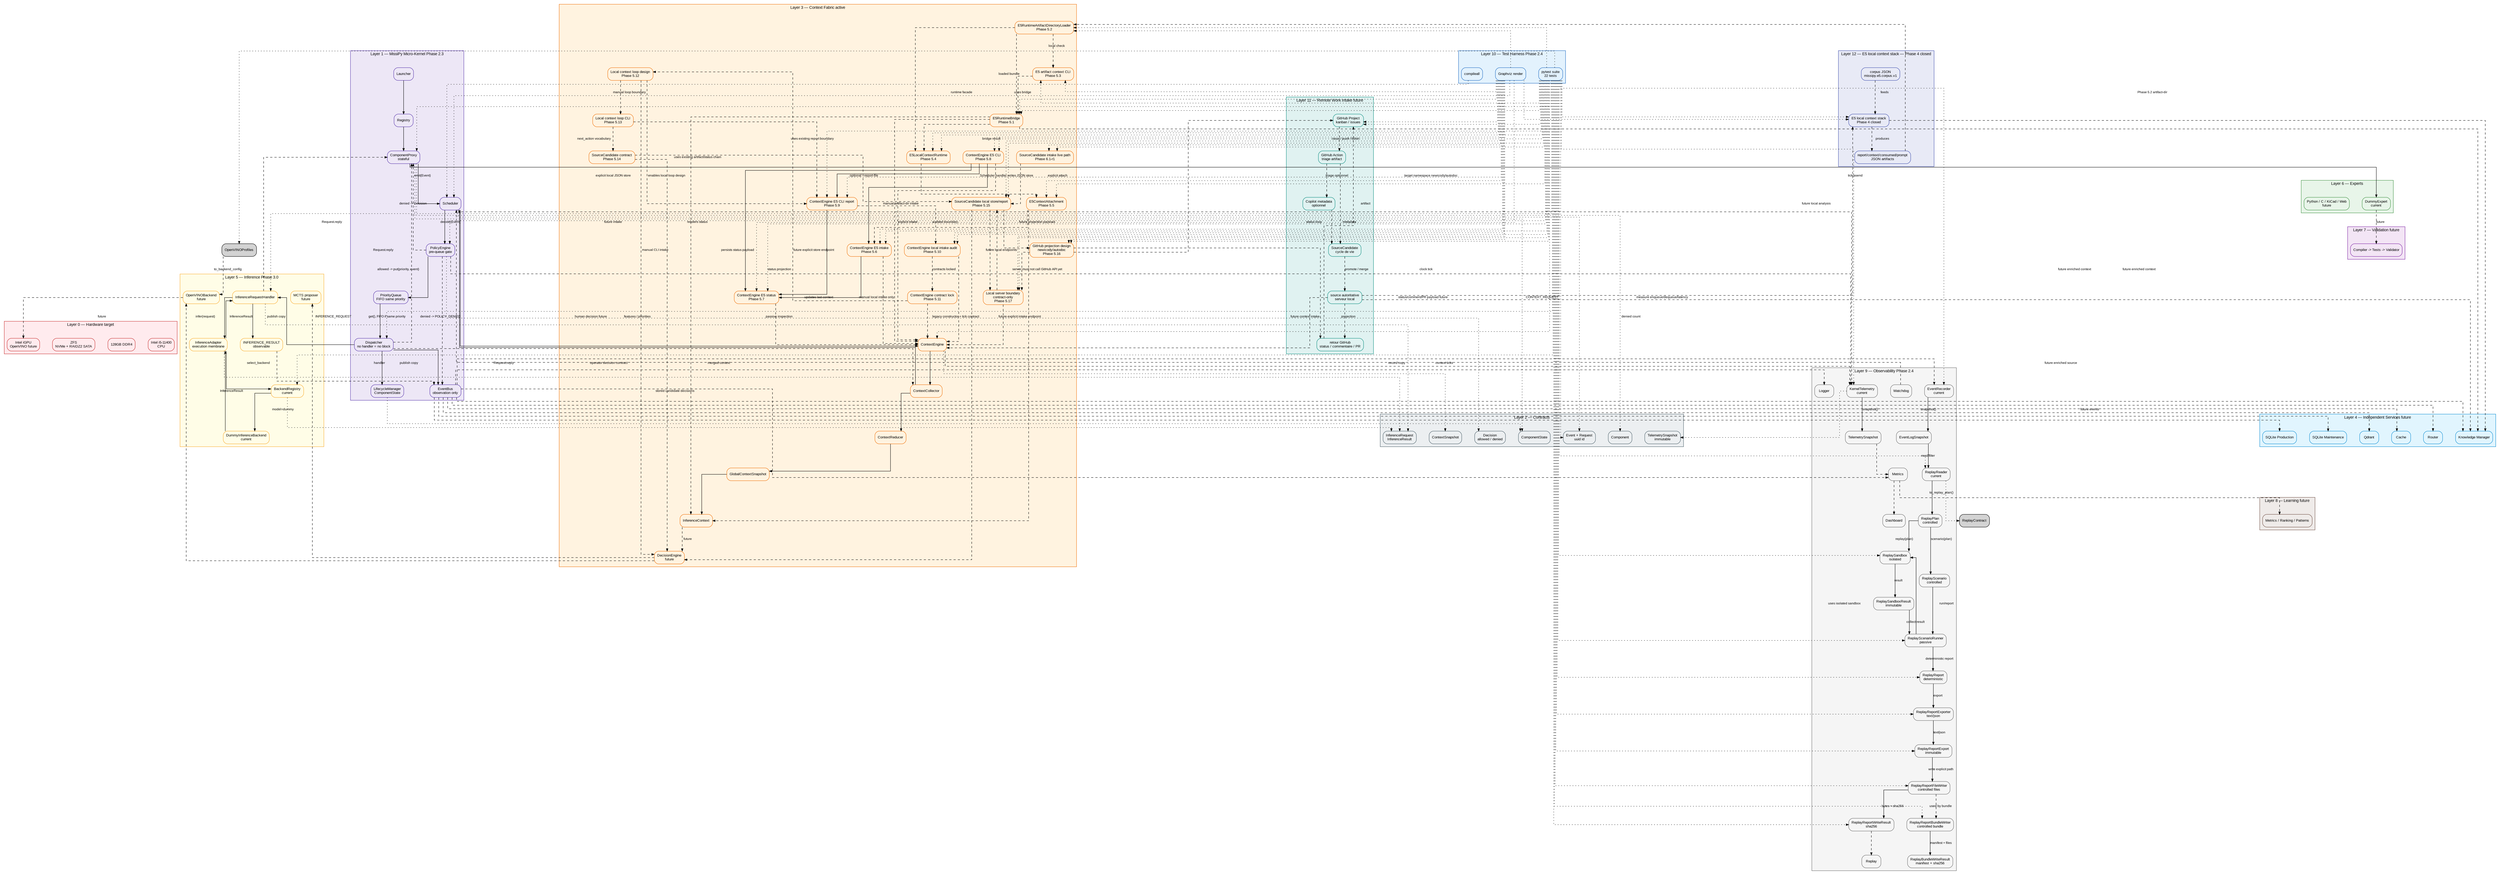
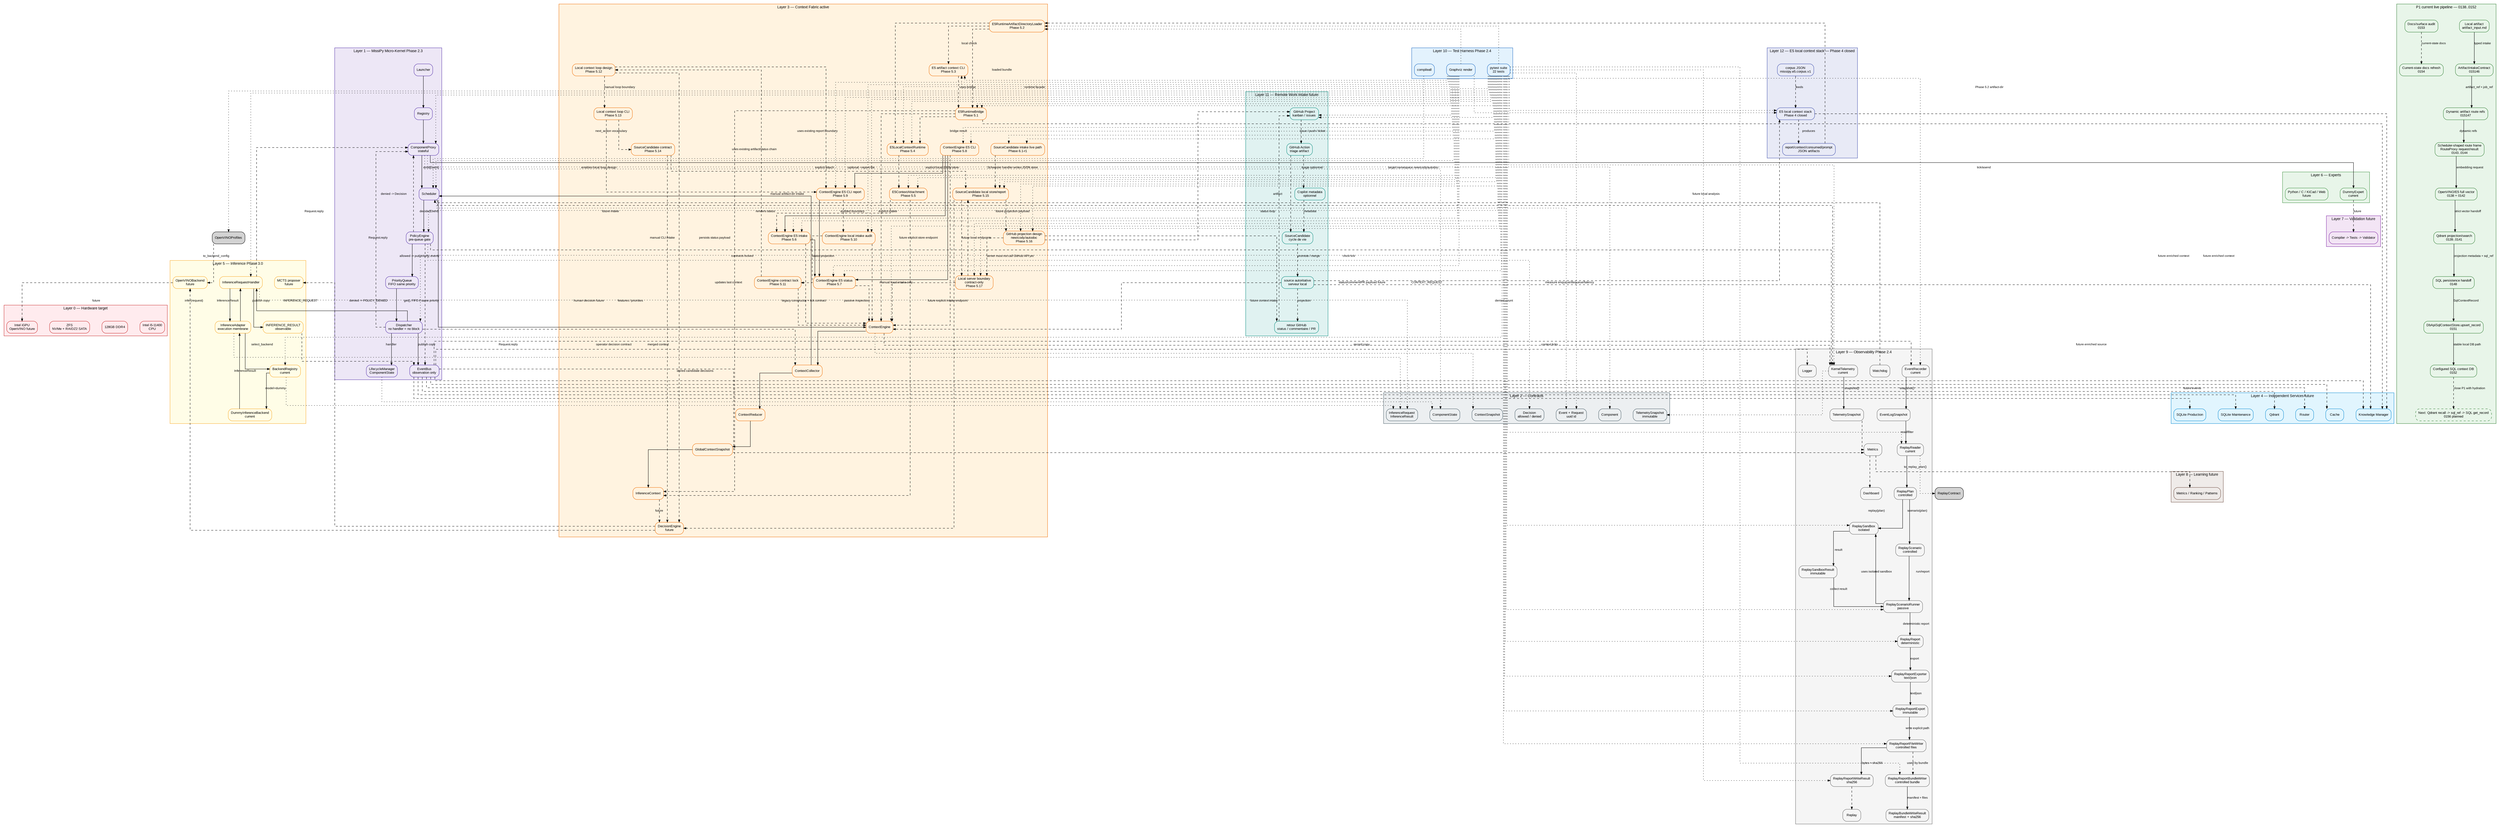
digraph Global {
    // ROADMAP_ID: global

    rankdir=TB;

    // ROADMAP_NOTE[phase2_5]:
    // BackendRegistry est ajouté au layer inference pour préparer
    // l’enregistrement explicite d’OpenVINO sans modifier le Scheduler.

    // ROADMAP_NOTE[phase3_0]:
    // OpenVINOModelProfileRegistry est ajouté pour décrire un ou plusieurs
    // modèles OpenVINO possibles avant de créer les backends exécutables.
+     // ROADMAP_NOTE[phase0155]:
+     // Canonical graph refresh: 00_global.dot is kept as the master graph.
+     // P1 current live pipeline 0138..0152 is now visible from the global graph:
+     // artifact intake -> dynamic route refs -> RouteProxy frames -> OpenVINO/E5
+     // full vector -> Qdrant projection -> SQL handoff -> DbApiSqlContextStore
+     // controlled write -> SQL readback. Changelogs become mandatory for each
+     // significant architecture/runtime/doc/code-rule step.
+ 
    compound=true;
    splines=ortho;
    nodesep=0.5;
    ranksep=0.8;

    graph [fontname="Arial", fontsize=11];
    node [shape=box, style="rounded,filled", fontname="Arial", fontsize=10];
    edge [fontname="Arial", fontsize=9, arrowsize=0.7];

    // ROADMAP_NOTE[phase2_4]:
// ReplayReportBundleWriter ajoute un dossier de replay contrôlé :
// report.txt, report.json et manifest.json avec sha256. La roadmap DOT
// est aussi vérifiée par tests/docs/test_dot_links.py afin que les liens
// descente/remontée pointent vers des sources DOT existantes.
    // Le Layer 9 ajoute ReplayReportFileWriter après ReplayReportExport.
    // Cette étape persiste les exports texte/JSON vers chemins explicites.
    // Aucun répertoire n'est créé ni aucun fichier écrasé sans demande explicite.
    // Le writer reste passif et ne commande jamais le Scheduler vivant.


    // ROADMAP_NOTE[phase4_18_r2]:
    // GitHub Project Orchestrator est visible dans l'architecture globale.
    // Cette couche reste future et documentaire : pas d'API GitHub, pas de token,
    // pas de polling réseau et pas de dépendance Copilot dans le coeur.

    // ROADMAP_NOTE[phase4_19]:
    // La Phase 4 se clôt par un audit du moteur local E5 : corpus, recherche,
    // diagnostics, gates, rapports, contexte, consommation et prompt packet.
    // Le stack E5 reste hors Scheduler, hors Qdrant et hors backend de réponse.

    // ROADMAP_NOTE[phase4_20]:
    // Phase 4 clôturée : le moteur local E5 produit des artefacts déterministes
    // de recherche, contexte consommé et prompt packet. La Phase 5 peut brancher
    // ce socle au serveur local ou au Context Engine sans changer ces frontières.

    // ROADMAP_NOTE[phase5_2]:
    // E5RuntimeArtifactDirectoryLoader ajoute la bordure IO locale pour lire un
    // artifact-dir Phase 4 et réutiliser le pont pur E5RuntimeBridge. Aucun daemon,
    // réseau, Scheduler vivant, Qdrant ou LLM n'est introduit.


    // ROADMAP_NOTE[phase5_4]:
    // E5LocalContextRuntime ajoute une façade runtime locale stable au-dessus
    // du loader 5.2 et du bridge 5.1. Elle retourne un statut typé et un
    // InferenceContext sans CLI, daemon, réseau, Scheduler vivant, Qdrant ou LLM.

    // ROADMAP_NOTE[phase5_5]:
    // E5ContextAttachment fusionne explicitement un résultat runtime E5 local
    // avec un InferenceContext existant. Cette étape prépare l'intake futur du
    // ContextEngine sans lancer Scheduler, daemon, réseau, Qdrant ou LLM.

    // ROADMAP_NOTE[phase5_6]:
    // ContextEngine reçoit une entrée E5 explicite : artifact-dir ou runtime result
    // -> attachement -> last_inference_context. Aucun autoload, aucun Scheduler
    // vivant, aucun daemon, réseau, Qdrant ou LLM n'est introduit.

    // ROADMAP_NOTE[phase5_7]:
    // E5ContextEngineStatus ajoute une projection passive et sérialisable
    // de l'état E5 attaché au ContextEngine. Elle ne lit aucun fichier,
    // ne mute aucun contexte et ne déclenche aucun Scheduler/backend.

    // ROADMAP_NOTE[phase5_8]:
    // E5ContextEngineCLI ajoute une bordure manuelle : artifact-dir ->
    // ContextEngine.attach_e5_artifact_dir() -> E5ContextEngineStatus. Elle
    // ne lance aucun Scheduler vivant, daemon, réseau, Qdrant ou LLM.


    // ROADMAP_NOTE[phase5_10]:
    // Phase 5.10 audite le bloc d'intake manuel local : artifact-dir Phase 4,
    // ContextEngine E5 CLI, report JSON et projection status. Elle ne modifie
    // pas le runtime et prépare seulement la bascule future vers serveur/local loop.

    // ROADMAP_NOTE[phase5_9]:
    // E5ContextEngineCLIReport ajoute --report-file à la bordure CLI 5.8.
    // La commande existante peut persister son payload intake + status en JSON
    // atomique sans nouvelle surface CLI, Scheduler vivant, réseau, Qdrant ou LLM.







    // ROADMAP_NOTE[phase5_17]:
    // LocalServerBoundary formalise une surface serveur local future pour
    // SourceCandidate, reports et ContextEngine intake. Cette étape reste
    // contract-only : pas de serveur, socket, framework, réseau, GitHub API,
    // token, Scheduler autoload, Qdrant, LLM ou appel OpenVINO.




    // ROADMAP_NOTE[phase6_1_r1]:
    // la CLI produit une commande typée qui traverse Scheduler -> Dispatcher
    // -> SourceCandidateIntakeHandler -> store JSON réel -> événement observable.
    // ROADMAP_NOTE[phase6_1]:
    // SourceCandidateIntakeCLI démarre Phase 6 : une entrée opérateur locale
    // crée ou remplace une SourceCandidate dans le store JSON atomique. Aucun
    // serveur, daemon, réseau, API GitHub, token, Qdrant, LLM ou OpenVINO.

    // ROADMAP_NOTE[phase5_18]:
    // Phase 5 se clôt sur l'intégration locale contrôlée : artifact-dir E5,
    // runtime bridge/facade, ContextEngine intake explicite, status/report,
    // SourceCandidate local, projection GitHub documentaire et frontière
    // adapter serveur futur non choisie. Aucun daemon, réseau, GitHub API,
    // token, Qdrant, LLM ou appel OpenVINO caché n'est introduit.

    // ROADMAP_NOTE[phase5_17_r1]:
    // LocalServerBoundaryClarification précise que la frontière serveur est
    // un contrat d'adapter futur non choisi : adapter_kind=undecided et
    // framework_choice=undecided. FastAPI/Flask ne sont pas recommandés ici.

    // ROADMAP_NOTE[phase5_16]:
    // GitHubProjectionDesign formalise la projection future entre le store
    // local SourceCandidate et newicody/autodoc. Cette étape reste documentaire :
    // aucun token, réseau, polling, GitHub API, serveur, Qdrant ou LLM.

    // ROADMAP_NOTE[phase5_15]:
    // SourceCandidateStorageReport ajoute un store JSON local explicite pour
    // SourceCandidate : load, upsert atomique, snapshot et rapport optionnel.
    // La valeur newicody/autodoc reste une projection future sans API GitHub,
    // réseau, token, daemon, Qdrant, LLM ou base de données.

    // ROADMAP_NOTE[phase5_14]:
    // SourceCandidateContract ajoute le contrat local d'une entrée candidate :
    // origin/input/policy/status/decision/transition immuable. La valeur
    // newicody/autodoc prépare la projection GitHub future sans API, réseau ou token.

    // ROADMAP_NOTE[phase5_13]:
    // LocalContextLoopCLI ajoute une orchestration manuelle mince : artifact-dir
    // Phase 4 -> ContextEngine intake -> status -> report + next_action opérateur.
    // Elle ne relance pas E5/OpenVINO, ne mute aucune décision et n'ajoute aucun
    // daemon, serveur, réseau, Qdrant, LLM ou stockage persistant.

    // ROADMAP_NOTE[phase5_12]:
    // LocalContextLoopDesign formalise la boucle locale manuelle : artifact-dir
    // Phase 4 -> runtime local -> intake explicite ContextEngine -> status/report
    // -> décision humaine. Aucun serveur, daemon, réseau, stockage persistant,
    // Qdrant, LLM ou appel OpenVINO caché n'est introduit.

    // ROADMAP_NOTE[phase5_3]:
    // E5 artifact context CLI ajoute une bordure de vérification locale pour
    // afficher l'InferenceContext construit depuis un artifact-dir, sans daemon,
    // réseau, Scheduler vivant, Qdrant ou LLM.

    subgraph cluster_L0 {
        label="Layer 0 — Hardware target";
        color="#c62828";
        bgcolor="#ffebee";
        node [fillcolor="#ffebee", color="#c62828"];
        CPU [label="Intel i5-11400\nCPU"];
        RAM [label="128GB DDR4"];
        Storage [label="ZFS\nNVMe + RAIDZ2 SATA"];
        GPU [label="Intel iGPU\nOpenVINO future"];
    }

    subgraph cluster_L1 {
        label="Layer 1 — MissiPy Micro-Kernel Phase 2.3";
        color="#512da8";
        bgcolor="#ede7f6";
        node [fillcolor="#ede7f6", color="#512da8"];
        Launcher [URL="scheduler/10_scheduler.svg", tooltip="Zoom Scheduler"];
        Registry [URL="scheduler/10_scheduler.svg", tooltip="Registry"];
        Proxy [label="ComponentProxy\nstateful", URL="scheduler/component_proxy/14_component_proxy.svg", tooltip="Runtime proxy"];
        Scheduler [URL="scheduler/10_scheduler.svg", tooltip="Zoom Scheduler"];
        Policy [label="PolicyEngine\npre-queue gate", URL="scheduler/10_scheduler.svg"];
        Queue [label="PriorityQueue\nFIFO same priority", URL="scheduler/priority_queue/13_priority_queue.svg"];
        Dispatcher [label="Dispatcher\nno handler = no block", URL="scheduler/dispatcher/11_dispatcher.svg"];
        EventBus [label="EventBus\nobservation only", URL="scheduler/event_bus/12_event_bus.svg"];
        Lifecycle [label="LifecycleManager\nComponentState", URL="scheduler/10_scheduler.svg"];
    }

    subgraph cluster_L2 {
        label="Layer 2 — Contracts";
        color="#455a64";
        bgcolor="#eceff1";
        node [fillcolor="#eceff1", color="#455a64"];
        EventContract [label="Event + Request\nuuid id"];
        LifecycleContract [label="ComponentState"];
        ComponentContract [label="Component"];
        ContextContract [label="ContextSnapshot"];
        InferenceContract [label="InferenceRequest\nInferenceResult"];
        PolicyContract [label="Decision\nallowed / denied"];
        TelemetryContract [label="TelemetrySnapshot\nimmutable"];
    }

    subgraph cluster_L3 {
        label="Layer 3 — Context Fabric active";
        color="#ef6c00";
        bgcolor="#fff3e0";
        node [fillcolor="#fff3e0", color="#ef6c00"];
        ContextEngine [label="ContextEngine", URL="context/20_context.svg"];
        Collector [label="ContextCollector", URL="context/20_context.svg"];
        Reducer [label="ContextReducer", URL="context/20_context.svg"];
        Snapshot [label="GlobalContextSnapshot", URL="context/20_context.svg"];
        InferenceCtx [label="InferenceContext", URL="context/20_context.svg"];
        E5RuntimeBridge [label="E5RuntimeBridge\nPhase 5.1", URL="context/25_e5_runtime_bridge.svg"];
        E5ArtifactLoader [label="E5RuntimeArtifactDirectoryLoader\nPhase 5.2", URL="context/26_e5_artifact_directory_loader.svg"];
        E5ArtifactContextCLI [label="E5 artifact context CLI\nPhase 5.3", URL="context/27_e5_artifact_context_cli.svg"];
        E5LocalRuntime [label="E5LocalContextRuntime\nPhase 5.4", URL="context/28_e5_local_context_runtime.svg"];
        E5ContextAttachment [label="E5ContextAttachment\nPhase 5.5", URL="context/29_e5_context_attachment.svg"];
        E5ContextEngineIntake [label="ContextEngine E5 intake\nPhase 5.6", URL="context/30_e5_context_engine_intake.svg"];
        E5ContextEngineStatus [label="ContextEngine E5 status\nPhase 5.7", URL="context/31_e5_context_engine_status.svg"];
        E5ContextEngineCLI [label="ContextEngine E5 CLI\nPhase 5.8", URL="context/32_e5_context_engine_cli.svg"];
        E5ContextEngineCLIReport [label="ContextEngine E5 CLI report\nPhase 5.9", URL="context/33_e5_context_engine_cli_report.svg"];
        E5ContextEngineIntakeAudit [label="ContextEngine local intake audit\nPhase 5.10", URL="context/34_e5_context_engine_intake_audit.svg"];
        ContextEngineContractLock [label="ContextEngine contract lock\nPhase 5.11", URL="context/35_context_engine_contract_lock.svg"];
        LocalContextLoopDesign [label="Local context loop design\nPhase 5.12", URL="context/36_local_context_loop_design.svg"];
        LocalContextLoopCLI [label="Local context loop CLI\nPhase 5.13", URL="context/37_local_context_loop_cli.svg"];
        SourceCandidateContract [label="SourceCandidate contract\nPhase 5.14", URL="context/38_source_candidate_contract.svg"];
        SourceCandidateStore [label="SourceCandidate local store/report\nPhase 5.15", URL="context/39_source_candidate_storage_report.svg"];
        GitHubProjectionDesign [label="GitHub projection design\nnewicody/autodoc\nPhase 5.16", URL="context/40_github_projection_design.svg"];
        LocalServerBoundary [label="Local server boundary\ncontract-only\nPhase 5.17", URL="context/41_local_server_boundary.svg"];
        Decision [label="DecisionEngine\nfuture", URL="context/20_context.svg"];
        SourceCandidateIntakeLivePath [label="SourceCandidate intake live path\nPhase 6.1-r1", URL="context/44_source_candidate_intake_live_path.svg"];
    }

    E5ContextEngineIntake -> E5ContextEngineStatus [label="status projection"];
    E5ContextEngineCLI -> E5ContextEngineIntake [label="manual artifact-dir intake"];
    E5ContextEngineCLI -> E5ContextEngineStatus [label="renders status"];
    E5ContextEngineCLI -> E5ContextEngineCLIReport [label="optional --report-file"];
    E5ContextEngineCLIReport -> E5ContextEngineStatus [label="persists status payload"];
    E5ContextEngineCLIReport -> E5ContextEngineIntakeAudit [style=dashed, label="audited boundary"];
    E5ContextEngineIntakeAudit -> ContextEngineContractLock [style=dashed, label="contracts locked"];
    ContextEngineContractLock -> ContextEngine [style=dashed, label="legacy constructor + tick contract"];
    E5ContextEngineIntakeAudit -> ContextEngine [style=dashed, label="manual local intake only"];
    ContextEngineContractLock -> LocalContextLoopDesign [style=dashed, label="enables local loop design"];
    LocalContextLoopDesign -> E5ContextEngineCLIReport [style=dashed, label="uses existing report boundary"];
    LocalContextLoopDesign -> LocalContextLoopCLI [style=dashed, label="manual loop boundary"];
    LocalContextLoopCLI -> E5ContextEngineCLIReport [style=dashed, label="uses existing artifact/status chain"];
    LocalContextLoopCLI -> SourceCandidateContract [style=dashed, label="next_action vocabulary"];
    SourceCandidateContract -> SourceCandidateStore [style=dashed, label="explicit local JSON store"];
    SourceCandidateStore -> Decision [style=dashed, label="stored candidate decisions"];
    SourceCandidateIntakeLivePath -> SourceCandidateStore [style=dashed, label="Scheduler handler writes JSON store"];
    SourceCandidateStore -> GitHubProjectionDesign [style=dashed, label="future projection payload"];
    SourceCandidateContract -> Decision [style=dashed, label="operator decision contract"];
    LocalContextLoopDesign -> Decision [style=dashed, label="human decision future"];
+ 
+ 
+     subgraph cluster_P1_CURRENT_0155 {
+         label="P1 current live pipeline — 0138..0152";
+         color="#2e7d32";
+         bgcolor="#e8f5e9";
+         node [fillcolor="#e8f5e9", color="#2e7d32"];
+ 
+         P1Artifact [label="Local artifact\nartifact_input.md", URL="runtime/145_local_artifact_vector_indexing_runner.svg"];
+         P1Intake [label="ArtifactIntakeContract\n015146", URL="runtime/146_artifact_intake_contract.svg"];
+         P1RouteRefs [label="Dynamic artifact route refs\n015147", URL="runtime/147_dynamic_artifact_route_refs.svg"];
+         P1SchedulerRoute [label="Scheduler-shaped route frame\nRouteProxy request/result\n0143..0144", URL="runtime/143_scheduler_vector_indexing_smoke.svg"];
+         P1OpenVINO [label="OpenVINO/E5 full vector\n0138 + 0142", URL="runtime/142_machine_vector_handoff.svg"];
+         P1Qdrant [label="Qdrant projection/search\n0139..0141", URL="runtime/140_qdrant_projection_operator_rest_smoke.svg"];
+         P1SqlHandoff [label="SQL persistence handoff\n0148", URL="runtime/148_sql_persistence_handoff.svg"];
+         P1SqlStore [label="DbApiSqlContextStore.upsert_record\n0151", URL="runtime/151_sql_context_store_controlled_write.svg"];
+         P1ConfiguredDb [label="Configured SQL context DB\n0152", URL="runtime/152_sql_context_store_configured_db_path.svg"];
+         P1DocsAudit [label="Docs/surface audit\n0153", URL="runtime/153_architecture_docs_surface_audit.svg"];
+         P1DocsRefresh [label="Current-state docs refresh\n0154", URL="runtime/154_current_p1_pipeline.svg"];
+         P1RehydrationNext [label="Next: Qdrant recall -> sql_ref -> SQL get_record\n0156 planned", style="rounded,dashed,filled"];
+     }
+ 
+     P1Artifact -> P1Intake [label="typed intake"];
+     P1Intake -> P1RouteRefs [label="artifact_ref + job_ref"];
+     P1RouteRefs -> P1SchedulerRoute [label="dynamic refs"];
+     P1SchedulerRoute -> P1OpenVINO [label="embedding request"];
+     P1OpenVINO -> P1Qdrant [label="strict vector handoff"];
+     P1Qdrant -> P1SqlHandoff [label="projection metadata + sql_ref"];
+     P1SqlHandoff -> P1SqlStore [label="SqlContextRecord"];
+     P1SqlStore -> P1ConfiguredDb [label="stable local DB path"];
+     P1ConfiguredDb -> P1RehydrationNext [style=dashed, label="close P1 with hydration"];
+     P1DocsAudit -> P1DocsRefresh [style=dashed, label="current-state docs"];
+ 

    subgraph cluster_L4 {
        label="Layer 4 — Independent Services future";
        color="#0288d1";
        bgcolor="#e1f5fe";
        node [fillcolor="#e1f5fe", color="#0288d1"];
        Router [URL="services/30_services.svg"];
        SQLiteProd [label="SQLite Production", URL="services/30_services.svg"];
        SQLiteMaint [label="SQLite Maintenance", URL="services/30_services.svg"];
        Qdrant [URL="services/30_services.svg"];
        Cache [URL="services/30_services.svg"];
        Knowledge [label="Knowledge Manager", URL="services/30_services.svg"];
    }

    subgraph cluster_L5 {
        label="Layer 5 — Inference Phase 3.0";
        color="#f9a825";
        bgcolor="#fffde7";
        node [fillcolor="#fffde7", color="#f9a825"];
        InferenceHandler [label="InferenceRequestHandler", URL="inference/40_inference.svg"];
        InferenceAdapter [label="InferenceAdapter\nexecution membrane", URL="inference/40_inference.svg"];
        BackendRegistry [label="BackendRegistry\ncurrent", URL="inference/40_inference.svg"];
        DummyBackend [label="DummyInferenceBackend\ncurrent", URL="inference/40_inference.svg"];
        InferenceResult [label="INFERENCE_RESULT\nobservable", URL="inference/40_inference.svg"];
        OpenVINO [label="OpenVINOBackend\nfuture", URL="inference/40_inference.svg"];
        MCTS [label="MCTS proposer\nfuture"];
    }

    subgraph cluster_L6 {
        label="Layer 6 — Experts";
        color="#388e3c";
        bgcolor="#e8f5e9";
        node [fillcolor="#e8f5e9", color="#388e3c"];
        Dummy [label="DummyExpert\ncurrent", URL="experts/40_experts.svg"];
        ExpertsFuture [label="Python / C / KiCad / Web\nfuture", URL="experts/40_experts.svg"];
    }

    subgraph cluster_L7 {
        label="Layer 7 — Validation future";
        color="#7b1fa2";
        bgcolor="#f3e5f5";
        node [fillcolor="#f3e5f5", color="#7b1fa2"];
        Validation [label="Compiler -> Tests -> Validator", URL="validation/50_validation.svg"];
    }

    subgraph cluster_L8 {
        label="Layer 8 — Learning future";
        color="#6d4c41";
        bgcolor="#efebe9";
        node [fillcolor="#efebe9", color="#6d4c41"];
        Learning [label="Metrics / Ranking / Patterns", URL="learning/60_learning.svg"];
    }

    subgraph cluster_L9 {
        label="Layer 9 — Observability Phase 2.4";
        color="#666666";
        bgcolor="#f5f5f5";
        node [fillcolor="#f5f5f5", color="#666666"];
        Logger [URL="observability/70_observability.svg"];
        KernelTelemetry [label="KernelTelemetry
current", URL="observability/70_observability.svg"];
        TelemetrySnapshot [label="TelemetrySnapshot", URL="observability/70_observability.svg"];
        EventRecorder [label="EventRecorder
current", URL="observability/70_observability.svg"];
        EventLogSnapshot [label="EventLogSnapshot", URL="observability/70_observability.svg"];
        ReplayReader [label="ReplayReader
current", URL="observability/70_observability.svg"];
        ReplayPlan [label="ReplayPlan
controlled", URL="observability/70_observability.svg"];
        ReplaySandbox [label="ReplaySandbox
isolated", URL="observability/70_observability.svg"];
        ReplaySandboxResult [label="ReplaySandboxResult
immutable", URL="observability/70_observability.svg"];
        ReplayScenario [label="ReplayScenario
controlled", URL="observability/70_observability.svg"];
        ReplayScenarioRunner [label="ReplayScenarioRunner
passive", URL="observability/70_observability.svg"];
        ReplayReport [label="ReplayReport
deterministic", URL="observability/70_observability.svg"];
        ReplayReportExporter [label="ReplayReportExporter
text/json", URL="observability/70_observability.svg"];
        ReplayReportExport [label="ReplayReportExport
immutable", URL="observability/70_observability.svg"];
        ReplayReportFileWriter [label="ReplayReportFileWriter
controlled files", URL="observability/70_observability.svg"];
        ReplayReportWriteResult [label="ReplayReportWriteResult
sha256", URL="observability/70_observability.svg"];
        ReplayReportBundleWriter [label="ReplayReportBundleWriter
controlled bundle", URL="observability/70_observability.svg"];
        ReplayBundleWriteResult [label="ReplayBundleWriteResult
manifest + sha256", URL="observability/70_observability.svg"];
        Metrics [URL="observability/70_observability.svg"];
        Replay [URL="observability/70_observability.svg"];
        Dashboard [URL="observability/70_observability.svg"];
        Watchdog [URL="observability/70_observability.svg"];
    }

    subgraph cluster_L10 {
        label="Layer 10 — Test Harness Phase 2.4";
        color="#1565c0";
        bgcolor="#e3f2fd";
        node [fillcolor="#e3f2fd", color="#1565c0"];
        Pytest [label="pytest suite\n22 tests", URL="tests/80_tests.svg"];
        CompileAll [label="compileall"];
        DotRender [label="Graphviz render"];
    }



    subgraph cluster_L11 {
        label="Layer 11 — Remote Work Intake future";
        color="#00897b";
        bgcolor="#e0f2f1";
        node [fillcolor="#e0f2f1", color="#00897b"];
        GitHubProject [label="GitHub Project
kanban / issues", URL="integrations/90_github_project_orchestrator.svg"];
        GitHubAction [label="GitHub Action
triage artifact", URL="integrations/90_github_project_orchestrator.svg"];
        CopilotMetadata [label="Copilot metadata
optionnel", URL="integrations/90_github_project_orchestrator.svg"];
        SourceCandidate [label="SourceCandidate
cycle de vie", URL="integrations/91_source_candidate_lifecycle.svg"];
        LocalAuthority [label="source autoritative
serveur local", URL="integrations/91_source_candidate_lifecycle.svg"];
        GitHubFeedback [label="retour GitHub
status / commentaire / PR", URL="integrations/90_github_project_orchestrator.svg"];
    }

    subgraph cluster_L12 {
        label="Layer 12 — E5 local context stack — Phase 4 closed";
        color="#3949ab";
        bgcolor="#e8eaf6";
        node [fillcolor="#e8eaf6", color="#3949ab"];
        E5LocalStack [label="E5 local context stack
Phase 4 closed", URL="inference/74_e5_phase4_closure.svg"];
        E5Corpus [label="corpus JSON
missipy.e5.corpus.v1", URL="inference/73_e5_phase4_final_audit.svg"];
        E5Reports [label="report/context/consumed/prompt
JSON artifacts", URL="inference/74_e5_phase4_closure.svg"];
    }

    Launcher -> Registry;
    Registry -> Proxy;
    Proxy -> Scheduler [label="emit(Event)"];
    Scheduler -> Policy [label="decide(Event)"];
    Policy -> Queue [label="allowed -> put(priority, event)"];
    Policy -> EventBus [label="denied -> POLICY_DENIED", style=dashed];
    Policy -> Proxy [label="denied -> Decision", style=dashed];
    Queue -> Dispatcher [label="get(), FIFO if same priority"];
    Dispatcher -> Lifecycle [label="handler"];
    Dispatcher -> EventBus [label="publish copy"];
    Dispatcher -> Proxy [label="Request.reply", style=dashed];

    Lifecycle -> LifecycleContract [style=dotted];
    Proxy -> LifecycleContract [style=dotted];

    Scheduler -> ContextEngine [label="clock tick"];
    ContextEngine -> Collector;
    Collector -> Scheduler [label="CONTEXT_REQUEST"];
    Dispatcher -> Collector [label="Request.reply", style=dashed];
    Collector -> Reducer;
    Reducer -> Snapshot;
    Snapshot -> InferenceCtx;
    InferenceCtx -> Decision [style=dashed, label="future"];

    Scheduler -> EventContract [style=dotted];
    Policy -> PolicyContract [style=dotted];
    KernelTelemetry -> TelemetryContract [style=dotted];
    Proxy -> ComponentContract [style=dotted];
    ContextEngine -> ContextContract [style=dotted];
    InferenceHandler -> InferenceContract [style=dotted];
    ReplayReader -> ReplayContract [style=dotted];
    InferenceAdapter -> InferenceContract [style=dotted];
    BackendRegistry -> InferenceContract [style=dotted];

    Proxy -> Dummy [label="tick/asend"];

    Dispatcher -> InferenceHandler [label="INFERENCE_REQUEST"];
    InferenceHandler -> InferenceAdapter [label="infer(request)"];
    InferenceAdapter -> BackendRegistry [label="select_backend"];
    BackendRegistry -> DummyBackend [label="model=dummy"];
    DummyBackend -> InferenceAdapter [label="InferenceResult"];
    InferenceAdapter -> InferenceHandler [label="InferenceResult"];
    InferenceHandler -> InferenceResult [label="publish copy"];
    InferenceHandler -> Proxy [label="Request.reply", style=dashed];
    InferenceResult -> EventBus [style=dashed];
    OpenVINOProfiles -> OpenVINO [style=dashed, label="to_backend_config"];
    OpenVINO -> GPU [style=dashed, label="future"];
    E5Corpus -> E5LocalStack [style=dashed, label="feeds"];
    E5LocalStack -> E5Reports [style=dashed, label="produces"];
    E5Reports -> E5ArtifactLoader [style=dashed, label="Phase 5.2 artifact-dir"];
    E5ArtifactLoader -> E5RuntimeBridge [style=dashed, label="loaded bundle"];
    E5ArtifactLoader -> E5ArtifactContextCLI [style=dashed, label="local check"];
    E5ArtifactContextCLI -> E5RuntimeBridge [style=dashed, label="uses bridge"];
    E5ArtifactLoader -> E5LocalRuntime [style=dashed, label="runtime facade"];
    E5RuntimeBridge -> E5LocalRuntime [style=dashed, label="bridge result"];
    E5LocalRuntime -> E5ContextAttachment [style=dashed, label="explicit attach"];
    E5ContextAttachment -> InferenceCtx [style=dashed, label="merged context"];
    E5RuntimeBridge -> InferenceCtx [style=dashed, label="features / priorities"];
    E5ContextAttachment -> E5ContextEngineIntake [style=dashed, label="explicit intake"];
    E5ContextEngineIntake -> ContextEngine [style=dashed, label="updates last context"];
    E5ContextEngineStatus -> ContextEngine [style=dashed, label="passive inspection"];
    E5ContextEngineCLI -> ContextEngine [style=dashed, label="manual CLI intake"];
    E5RuntimeBridge -> ContextEngine [style=dashed, label="future intake"];
    E5RuntimeBridge -> Knowledge [style=dashed, label="future enriched context"];
    E5LocalStack -> Knowledge [style=dashed, label="future enriched context"];

    Scheduler -> KernelTelemetry [style=dashed, label="measure enqueue/dequeue/latency"];
    Policy -> KernelTelemetry [style=dashed, label="denied count"];
    ContextEngine -> KernelTelemetry [style=dashed, label="context ticks"];
    KernelTelemetry -> TelemetrySnapshot [label="snapshot()"];
    TelemetrySnapshot -> Metrics [style=dashed];

    EventBus -> Logger [style=dashed];
    EventBus -> Metrics [style=dashed];
    EventBus -> EventRecorder [style=dashed, label="record copy"];
    EventRecorder -> EventLogSnapshot [label="snapshot()"];
    EventLogSnapshot -> ReplayReader [label="read/filter"];
    ReplayReader -> ReplayPlan [label="to_replay_plan()"];
    ReplayPlan -> ReplaySandbox [label="replay(plan)"];
    ReplaySandbox -> ReplaySandboxResult [label="result"];
    ReplayPlan -> ReplayScenario [label="scenario(plan)"];
    ReplayScenario -> ReplayScenarioRunner [label="run/report"];
    ReplayScenarioRunner -> ReplaySandbox [label="uses isolated sandbox"];
    ReplaySandboxResult -> ReplayScenarioRunner [label="collect result"];
    ReplayScenarioRunner -> ReplayReport [label="deterministic report"];
    ReplayReport -> ReplayReportExporter [label="export"];
    ReplayReportExporter -> ReplayReportExport [label="text/json"];
    ReplayReportExport -> ReplayReportFileWriter [label="write explicit path"];
    ReplayReportFileWriter -> ReplayReportWriteResult [label="bytes + sha256"];
    ReplayReportFileWriter -> ReplayReportBundleWriter [style=dashed, label="used by bundle"];
    ReplayReportBundleWriter -> ReplayBundleWriteResult [label="manifest + files"];
    ReplayReportWriteResult -> Replay [style=dashed];
    Metrics -> Dashboard [style=dashed];
    Watchdog -> Scheduler [style=dashed];

    Pytest -> EventContract [style=dotted];
    Pytest -> Dispatcher [style=dotted];
    Pytest -> Proxy [style=dotted];
    Pytest -> ContextEngine [style=dotted];
    Pytest -> InferenceHandler [style=dotted];
    Pytest -> BackendRegistry [style=dotted];
    Pytest -> OpenVINOProfiles [style=dotted];
    Pytest -> Policy [style=dotted];
    Pytest -> KernelTelemetry [style=dotted];
    Pytest -> EventRecorder [style=dotted];
    Pytest -> ReplayReader [style=dotted];
    Pytest -> ReplaySandbox [style=dotted];
    Pytest -> ReplayScenarioRunner [style=dotted];
    Pytest -> ReplayReport [style=dotted];
    Pytest -> ReplayReportExporter [style=dotted];
    Pytest -> ReplayReportExport [style=dotted];
    Pytest -> ReplayReportFileWriter [style=dotted];
    Pytest -> ReplayReportBundleWriter [style=dotted];
    Pytest -> ReplayReportWriteResult [style=dotted];
    CompileAll -> Scheduler [style=dotted];
    DotRender -> Scheduler [style=dotted];

    EventBus -> Router [style=dashed, label="future events"];
    EventBus -> SQLiteProd [style=dashed];
    EventBus -> SQLiteMaint [style=dashed];
    EventBus -> Qdrant [style=dashed];
    EventBus -> Cache [style=dashed];
    EventBus -> Knowledge [style=dashed];
    Decision -> OpenVINO [style=dashed];
    Decision -> MCTS [style=dashed];
    Dummy -> Validation [style=dashed, label="future"];
    Metrics -> Learning [style=dashed];

    GitHubProject -> GitHubAction [style=dashed, label="issue / push / ticket"];
    GitHubAction -> CopilotMetadata [style=dashed, label="triage optionnel"];
    CopilotMetadata -> SourceCandidate [style=dashed, label="metadata"];
    GitHubAction -> SourceCandidate [style=dashed, label="artifact"];
    SourceCandidate -> LocalAuthority [style=dashed, label="promote / merge"];
    LocalAuthority -> E5LocalStack [style=dashed, label="future local analysis"];
    LocalAuthority -> ContextEngine [style=dashed, label="future context intake"];
    LocalAuthority -> Knowledge [style=dashed, label="future enriched source"];
    LocalAuthority -> GitHubFeedback [style=dashed, label="projection"];
    GitHubProjectionDesign -> GitHubProject [style=dashed, label="target namespace newicody/autodoc"];
    GitHubProjectionDesign -> GitHubFeedback [style=dashed, label="status/comment/PR payload future"];
    SourceCandidateStore -> LocalServerBoundary [style=dashed, label="future local endpoints"];
    GitHubProjectionDesign -> LocalServerBoundary [style=dashed, label="server must not call GitHub API yet"];
    LocalServerBoundary -> ContextEngine [style=dashed, label="future explicit intake endpoint"];
    LocalServerBoundary -> SourceCandidateStore [style=dashed, label="future explicit store endpoint"];
    GitHubFeedback -> GitHubProject [style=dashed, label="status loop"];
    Pytest -> GitHubProject [style=dotted];
    Pytest -> E5LocalStack [style=dotted];
    Pytest -> E5RuntimeBridge [style=dotted];
    Pytest -> E5ArtifactLoader [style=dotted];
    Pytest -> E5ArtifactContextCLI [style=dotted];
    Pytest -> E5LocalRuntime [style=dotted];
    Pytest -> E5ContextAttachment [style=dotted];
    Pytest -> E5ContextEngineIntake [style=dotted];
    Pytest -> E5ContextEngineStatus [style=dotted];
    Pytest -> E5ContextEngineCLI [style=dotted];
    Pytest -> E5ContextEngineCLIReport [style=dotted];
    Pytest -> E5ContextEngineIntakeAudit [style=dotted];
    Pytest -> SourceCandidateStore [style=dotted];
    Pytest -> SourceCandidateIntakeLivePath [style=dotted];
    Pytest -> GitHubProjectionDesign [style=dotted];
    Pytest -> LocalServerBoundary [style=dotted];
    DotRender -> GitHubProject [style=dotted];
    DotRender -> E5LocalStack [style=dotted];
    DotRender -> E5RuntimeBridge [style=dotted];
    DotRender -> E5ArtifactLoader [style=dotted];
    DotRender -> E5ArtifactContextCLI [style=dotted];
    DotRender -> E5LocalRuntime [style=dotted];
    DotRender -> E5ContextAttachment [style=dotted];
    DotRender -> E5ContextEngineIntake [style=dotted];
    DotRender -> E5ContextEngineStatus [style=dotted];
    DotRender -> E5ContextEngineCLI [style=dotted];
    DotRender -> E5ContextEngineCLIReport [style=dotted];
    DotRender -> E5ContextEngineIntakeAudit [style=dotted];
    DotRender -> SourceCandidateStore [style=dotted];
    DotRender -> SourceCandidateIntakeLivePath [style=dotted];
    DotRender -> GitHubProjectionDesign [style=dotted];
    DotRender -> LocalServerBoundary [style=dotted];
}

